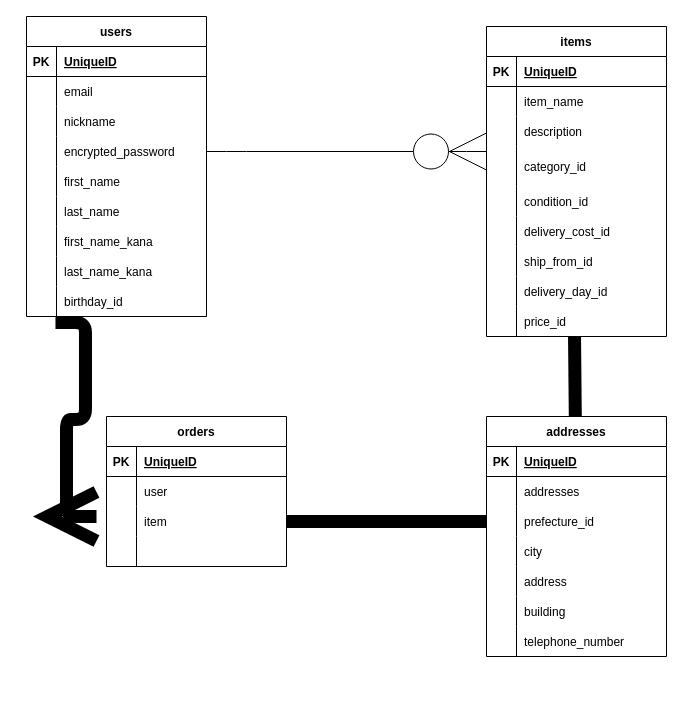
Above: ER.dio in haya73/furima-39997 (draw.io), before the change. Source tidied: cells renumbered, new cells numbered last; positions are measured from the earlier drawing's top-left corner, leaving out a move shared by most shapes. Both pictures are drawn from the tidied source at 100%, with x=0, y=0 at pixel (16, 16).
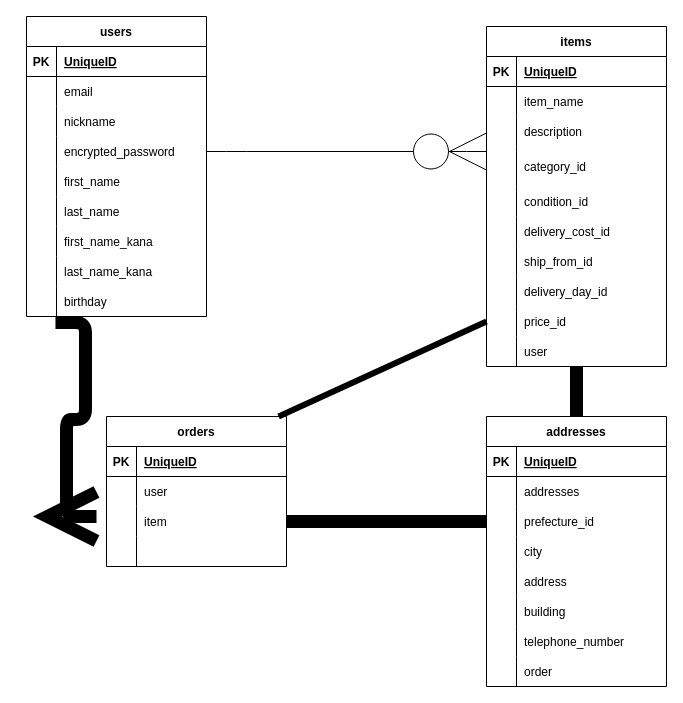
The same diagram, later.

Commit message (it also covers changes not shown here):
データベース設計03

The change refers to these unchanged cells:
```xml
<mxCell id="27" style="shape=tableRow;horizontal=0;startSize=0;swimlaneHead=0;swimlaneBody=0;fillColor=none;points=[[0,0.5],[1,0.5]];portConstraint=eastwest;top=0;left=0;right=0;bottom=0;" parent="2" vertex="1">
  <mxGeometry y="270" width="180" height="30" as="geometry" />
</mxCell>
<mxCell id="55" style="shape=tableRow;horizontal=0;startSize=0;swimlaneHead=0;swimlaneBody=0;fillColor=none;points=[[0,0.5],[1,0.5]];portConstraint=eastwest;top=0;left=0;right=0;bottom=0;" parent="30" vertex="1">
  <mxGeometry y="280" width="180" height="30" as="geometry" />
</mxCell>
<mxCell id="58" value="orders" style="shape=table;startSize=30;childLayout=tableLayout;rowLines=0;fontStyle=1;align=center;" parent="1" vertex="1">
  <mxGeometry x="90" y="400" width="180" height="150" as="geometry" />
</mxCell>
```

The edit, as a diff of the source:
```diff
@@
-    <mxCell id="29" value="birthday_id" style="shape=partialRectangle;fillColor=none;top=0;left=0;bottom=0;right=0;align=left;spacingLeft=6;overflow=hidden;" parent="27" vertex="1">
+    <mxCell id="29" value="birthday" style="shape=partialRectangle;fillColor=none;top=0;left=0;bottom=0;right=0;align=left;spacingLeft=6;overflow=hidden;" parent="27" vertex="1">
       <mxGeometry x="30" width="150" height="30" as="geometry" />
     </mxCell>
     <mxCell id="30" value="items" style="shape=table;startSize=30;childLayout=tableLayout;rowLines=0;fontStyle=1;align=center;" parent="1" vertex="1">
-      <mxGeometry x="470" y="10" width="180" height="310" as="geometry" />
+      <mxGeometry x="470" y="10" width="180" height="340" as="geometry" />
     </mxCell>
@@
+    <mxCell id="99" style="shape=tableRow;horizontal=0;startSize=0;swimlaneHead=0;swimlaneBody=0;fillColor=none;points=[[0,0.5],[1,0.5]];portConstraint=eastwest;top=0;left=0;right=0;bottom=0;" parent="30" vertex="1">
+      <mxGeometry y="310" width="180" height="30" as="geometry" />
+    </mxCell>
+    <mxCell id="100" style="shape=partialRectangle;fillColor=none;top=0;left=0;bottom=0;right=0;overflow=hidden;" parent="99" vertex="1">
+      <mxGeometry width="30" height="30" as="geometry" />
+    </mxCell>
+    <mxCell id="101" value="user" style="shape=partialRectangle;fillColor=none;top=0;left=0;bottom=0;right=0;align=left;spacingLeft=6;overflow=hidden;" parent="99" vertex="1">
+      <mxGeometry x="30" width="150" height="30" as="geometry" />
+    </mxCell>
@@
     <mxCell id="73" value="addresses" style="shape=table;startSize=30;childLayout=tableLayout;rowLines=0;fontStyle=1;align=center;" parent="1" vertex="1">
-      <mxGeometry x="470" y="400" width="180" height="240" as="geometry" />
+      <mxGeometry x="470" y="400" width="180" height="270" as="geometry" />
     </mxCell>
@@
+    <mxCell id="102" style="shape=tableRow;horizontal=0;startSize=0;swimlaneHead=0;swimlaneBody=0;fillColor=none;top=0;left=0;right=0;bottom=0;" parent="73" vertex="1">
+      <mxGeometry y="240" width="180" height="30" as="geometry" />
+    </mxCell>
+    <mxCell id="103" style="shape=partialRectangle;fillColor=none;top=0;left=0;bottom=0;right=0;overflow=hidden;" parent="102" vertex="1">
+      <mxGeometry width="30" height="30" as="geometry" />
+    </mxCell>
+    <mxCell id="104" value="order" style="shape=partialRectangle;fillColor=none;top=0;left=0;bottom=0;right=0;align=left;spacingLeft=6;overflow=hidden;" parent="102" vertex="1">
+      <mxGeometry x="30" width="150" height="30" as="geometry" />
+    </mxCell>
@@
-    <mxCell id="96" style="endArrow=none;html=1;rounded=0;strokeWidth=13;endSize=35;targetPerimeterSpacing=0;entryX=0.489;entryY=1;entryDx=0;entryDy=0;entryPerimeter=0;" parent="1" edge="1" source="73" target="55">
+    <mxCell id="96" style="endArrow=none;html=1;rounded=0;strokeWidth=13;endSize=35;targetPerimeterSpacing=0;" parent="1" edge="1" source="73" target="99">
       <mxGeometry relative="1" as="geometry" />
     </mxCell>
@@
+    <mxCell id="105" style="endArrow=none;html=1;rounded=0;exitX=0.956;exitY=0;exitDx=0;exitDy=0;exitPerimeter=0;entryX=0;entryY=0.5;entryDx=0;entryDy=0;strokeWidth=6;" parent="1" edge="1" source="58" target="55">
+      <mxGeometry relative="1" as="geometry" />
+    </mxCell>
```
